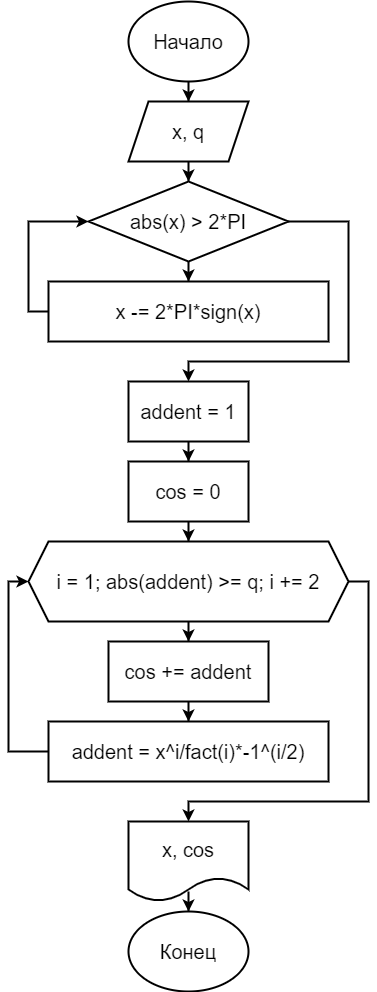
ga1kokuj1n/Lab2 keeps this draw.io diagram as Lab2.4/Lab2.4.drawio.png. Above is the earlier version. Source tidied: cells renumbered, new cells last; positions are measured from the earlier drawing's top-left corner, leaving out a move shared by most shapes. Source of this version:
```xml
<mxGraphModel>
  <root>
    <mxCell id="0" />
    <mxCell id="1" parent="0" />
    <mxCell id="2" style="edgeStyle=orthogonalEdgeStyle;rounded=0;jettySize=auto;html=1;entryX=0.5;entryY=0;entryDx=0;entryDy=0;fontSize=20;strokeWidth=2;" parent="1" edge="1" source="3" target="5">
      <mxGeometry relative="1" as="geometry" />
    </mxCell>
    <mxCell id="3" value="&lt;font style=&quot;font-size: 20px&quot;&gt;Начало&lt;/font&gt;" style="ellipse;whiteSpace=wrap;html=1;strokeWidth=2;" parent="1" vertex="1">
      <mxGeometry x="120" width="120" height="80" as="geometry" />
    </mxCell>
    <mxCell id="4" style="edgeStyle=orthogonalEdgeStyle;rounded=0;jettySize=auto;html=1;entryX=0.5;entryY=0;entryDx=0;entryDy=0;fontSize=20;strokeWidth=2;" parent="1" edge="1" source="5" target="8">
      <mxGeometry relative="1" as="geometry" />
    </mxCell>
    <mxCell id="5" value="x, q" style="shape=parallelogram;perimeter=parallelogramPerimeter;whiteSpace=wrap;html=1;fixedSize=1;fontSize=20;strokeWidth=2;" parent="1" vertex="1">
      <mxGeometry x="120" y="100" width="120" height="60" as="geometry" />
    </mxCell>
    <mxCell id="6" style="edgeStyle=orthogonalEdgeStyle;rounded=0;jettySize=auto;html=1;entryX=0.5;entryY=0;entryDx=0;entryDy=0;fontSize=20;strokeWidth=2;" parent="1" edge="1" source="8" target="10">
      <mxGeometry relative="1" as="geometry" />
    </mxCell>
    <mxCell id="7" style="edgeStyle=orthogonalEdgeStyle;rounded=0;jettySize=auto;html=1;fontSize=20;strokeWidth=2;entryX=0.5;entryY=0;entryDx=0;entryDy=0;" parent="1" edge="1" source="8" target="12">
      <mxGeometry relative="1" as="geometry">
        <Array as="points">
          <mxPoint x="340" y="220" />
          <mxPoint x="340" y="360" />
          <mxPoint x="180" y="360" />
        </Array>
      </mxGeometry>
    </mxCell>
    <mxCell id="8" value="abs(x) &amp;gt; 2*PI" style="rhombus;whiteSpace=wrap;html=1;fontSize=20;strokeWidth=2;" parent="1" vertex="1">
      <mxGeometry x="80" y="180" width="200" height="80" as="geometry" />
    </mxCell>
    <mxCell id="9" style="edgeStyle=orthogonalEdgeStyle;rounded=0;jettySize=auto;html=1;fontSize=20;strokeWidth=2;entryX=0;entryY=0.5;entryDx=0;entryDy=0;" parent="1" edge="1" source="10" target="8">
      <mxGeometry relative="1" as="geometry">
        <Array as="points">
          <mxPoint x="20" y="310" />
          <mxPoint x="20" y="220" />
        </Array>
      </mxGeometry>
    </mxCell>
    <mxCell id="10" value="x -= 2*PI*sign(x)" style="rounded=0;whiteSpace=wrap;html=1;fontSize=20;strokeWidth=2;" parent="1" vertex="1">
      <mxGeometry x="40" y="280" width="280" height="60" as="geometry" />
    </mxCell>
    <mxCell id="11" style="edgeStyle=orthogonalEdgeStyle;rounded=0;jettySize=auto;html=1;entryX=0.5;entryY=0;entryDx=0;entryDy=0;fontSize=20;strokeWidth=2;" parent="1" edge="1" source="12" target="14">
      <mxGeometry relative="1" as="geometry" />
    </mxCell>
    <mxCell id="12" value="addent = 1" style="rounded=0;whiteSpace=wrap;html=1;fontSize=20;strokeWidth=2;" parent="1" vertex="1">
      <mxGeometry x="120" y="380" width="120" height="60" as="geometry" />
    </mxCell>
    <mxCell id="13" style="edgeStyle=orthogonalEdgeStyle;rounded=0;jettySize=auto;html=1;entryX=0.5;entryY=0;entryDx=0;entryDy=0;fontSize=20;strokeWidth=2;" parent="1" edge="1" source="14" target="17">
      <mxGeometry relative="1" as="geometry" />
    </mxCell>
    <mxCell id="14" value="cos = 0" style="rounded=0;whiteSpace=wrap;html=1;fontSize=20;strokeWidth=2;" parent="1" vertex="1">
      <mxGeometry x="120" y="460" width="120" height="60" as="geometry" />
    </mxCell>
    <mxCell id="15" style="edgeStyle=orthogonalEdgeStyle;rounded=0;jettySize=auto;html=1;entryX=0.5;entryY=0;entryDx=0;entryDy=0;fontSize=20;strokeWidth=2;" parent="1" edge="1" source="17" target="19">
      <mxGeometry relative="1" as="geometry" />
    </mxCell>
    <mxCell id="16" style="edgeStyle=orthogonalEdgeStyle;rounded=0;jettySize=auto;html=1;fontSize=20;strokeWidth=2;entryX=0.5;entryY=0;entryDx=0;entryDy=0;" parent="1" edge="1" source="17" target="23">
      <mxGeometry relative="1" as="geometry">
        <Array as="points">
          <mxPoint x="360" y="580" />
          <mxPoint x="360" y="800" />
          <mxPoint x="180" y="800" />
        </Array>
      </mxGeometry>
    </mxCell>
    <mxCell id="17" value="i = 1; abs(addent) &amp;gt;= q; i += 2" style="shape=hexagon;perimeter=hexagonPerimeter2;whiteSpace=wrap;html=1;fixedSize=1;fontSize=20;strokeWidth=2;" parent="1" vertex="1">
      <mxGeometry x="20" y="540" width="320" height="80" as="geometry" />
    </mxCell>
    <mxCell id="18" style="edgeStyle=orthogonalEdgeStyle;rounded=0;jettySize=auto;html=1;entryX=0.5;entryY=0;entryDx=0;entryDy=0;fontSize=20;strokeWidth=2;" parent="1" edge="1" source="19" target="21">
      <mxGeometry relative="1" as="geometry" />
    </mxCell>
    <mxCell id="19" value="cos += addent" style="rounded=0;whiteSpace=wrap;html=1;fontSize=20;strokeWidth=2;" parent="1" vertex="1">
      <mxGeometry x="100" y="640" width="160" height="60" as="geometry" />
    </mxCell>
    <mxCell id="20" style="edgeStyle=orthogonalEdgeStyle;rounded=0;jettySize=auto;html=1;fontSize=20;strokeWidth=2;entryX=0;entryY=0.5;entryDx=0;entryDy=0;" parent="1" edge="1" source="21" target="17">
      <mxGeometry relative="1" as="geometry">
        <Array as="points">
          <mxPoint y="750" />
          <mxPoint y="580" />
        </Array>
      </mxGeometry>
    </mxCell>
    <mxCell id="21" value="addent = x^i/fact(i)*-1^(i/2)" style="rounded=0;whiteSpace=wrap;html=1;fontSize=20;strokeWidth=2;" parent="1" vertex="1">
      <mxGeometry x="40" y="720" width="280" height="60" as="geometry" />
    </mxCell>
    <mxCell id="22" style="edgeStyle=orthogonalEdgeStyle;rounded=0;jettySize=auto;html=1;entryX=0.5;entryY=0;entryDx=0;entryDy=0;fontSize=20;strokeWidth=2;" parent="1" edge="1" source="23" target="24">
      <mxGeometry relative="1" as="geometry" />
    </mxCell>
    <mxCell id="23" value="x, cos" style="shape=document;whiteSpace=wrap;html=1;boundedLbl=1;fontSize=20;strokeWidth=2;" parent="1" vertex="1">
      <mxGeometry x="120" y="820" width="120" height="80" as="geometry" />
    </mxCell>
    <mxCell id="24" value="&lt;span style=&quot;font-size: 20px&quot;&gt;Конец&lt;br&gt;&lt;/span&gt;" style="ellipse;whiteSpace=wrap;html=1;strokeWidth=2;" parent="1" vertex="1">
      <mxGeometry x="120" y="910" width="120" height="80" as="geometry" />
    </mxCell>
  </root>
</mxGraphModel>
```
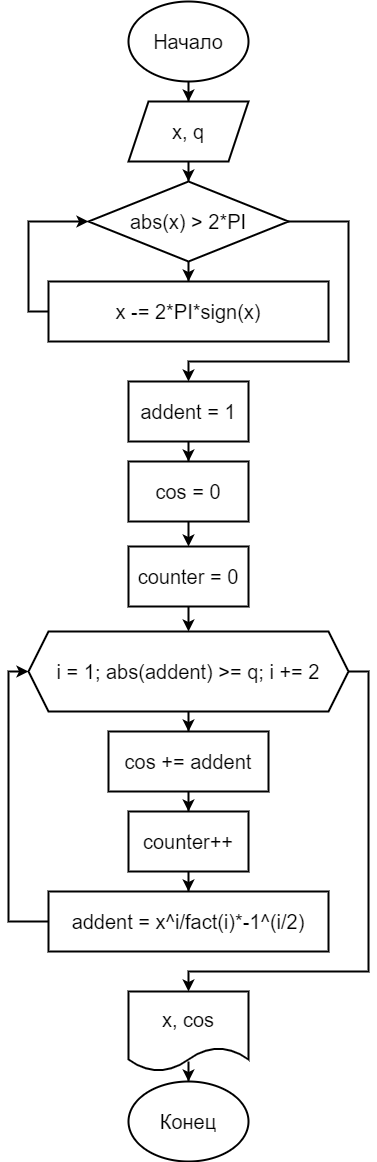
Later version of the same file.

The edit, as a diff of the source:
```diff
@@ -46,9 +46,9 @@
     <mxCell id="12" value="addent = 1" style="rounded=0;whiteSpace=wrap;html=1;fontSize=20;strokeWidth=2;" parent="1" vertex="1">
       <mxGeometry x="120" y="380" width="120" height="60" as="geometry" />
     </mxCell>
-    <mxCell id="13" style="edgeStyle=orthogonalEdgeStyle;rounded=0;jettySize=auto;html=1;entryX=0.5;entryY=0;entryDx=0;entryDy=0;fontSize=20;strokeWidth=2;" parent="1" edge="1" source="14" target="17">
-      <mxGeometry relative="1" as="geometry" />
-    </mxCell>
+    <mxCell id="25" style="edgeStyle=orthogonalEdgeStyle;rounded=0;jettySize=auto;html=1;entryX=0.5;entryY=0;entryDx=0;entryDy=0;fontSize=20;strokeWidth=2;" parent="1" edge="1" source="14" target="30">
+      <mxGeometry relative="1" as="geometry" />
+    </mxCell>
     <mxCell id="14" value="cos = 0" style="rounded=0;whiteSpace=wrap;html=1;fontSize=20;strokeWidth=2;" parent="1" vertex="1">
       <mxGeometry x="120" y="460" width="120" height="60" as="geometry" />
     </mxCell>
@@ -58,40 +58,52 @@
     <mxCell id="16" style="edgeStyle=orthogonalEdgeStyle;rounded=0;jettySize=auto;html=1;fontSize=20;strokeWidth=2;entryX=0.5;entryY=0;entryDx=0;entryDy=0;" parent="1" edge="1" source="17" target="23">
       <mxGeometry relative="1" as="geometry">
         <Array as="points">
-          <mxPoint x="360" y="580" />
-          <mxPoint x="360" y="800" />
-          <mxPoint x="180" y="800" />
+          <mxPoint x="360" y="670" />
+          <mxPoint x="360" y="970" />
+          <mxPoint x="180" y="970" />
         </Array>
       </mxGeometry>
     </mxCell>
     <mxCell id="17" value="i = 1; abs(addent) &amp;gt;= q; i += 2" style="shape=hexagon;perimeter=hexagonPerimeter2;whiteSpace=wrap;html=1;fixedSize=1;fontSize=20;strokeWidth=2;" parent="1" vertex="1">
-      <mxGeometry x="20" y="540" width="320" height="80" as="geometry" />
+      <mxGeometry x="20" y="630" width="320" height="80" as="geometry" />
     </mxCell>
-    <mxCell id="18" style="edgeStyle=orthogonalEdgeStyle;rounded=0;jettySize=auto;html=1;entryX=0.5;entryY=0;entryDx=0;entryDy=0;fontSize=20;strokeWidth=2;" parent="1" edge="1" source="19" target="21">
-      <mxGeometry relative="1" as="geometry" />
-    </mxCell>
+    <mxCell id="26" style="edgeStyle=orthogonalEdgeStyle;rounded=0;jettySize=auto;html=1;entryX=0.5;entryY=0;entryDx=0;entryDy=0;fontSize=20;strokeWidth=2;" parent="1" edge="1" source="19" target="28">
+      <mxGeometry relative="1" as="geometry" />
+    </mxCell>
     <mxCell id="19" value="cos += addent" style="rounded=0;whiteSpace=wrap;html=1;fontSize=20;strokeWidth=2;" parent="1" vertex="1">
-      <mxGeometry x="100" y="640" width="160" height="60" as="geometry" />
+      <mxGeometry x="100" y="730" width="160" height="60" as="geometry" />
     </mxCell>
     <mxCell id="20" style="edgeStyle=orthogonalEdgeStyle;rounded=0;jettySize=auto;html=1;fontSize=20;strokeWidth=2;entryX=0;entryY=0.5;entryDx=0;entryDy=0;" parent="1" edge="1" source="21" target="17">
       <mxGeometry relative="1" as="geometry">
         <Array as="points">
-          <mxPoint y="750" />
-          <mxPoint y="580" />
+          <mxPoint y="920" />
+          <mxPoint y="670" />
         </Array>
       </mxGeometry>
     </mxCell>
     <mxCell id="21" value="addent = x^i/fact(i)*-1^(i/2)" style="rounded=0;whiteSpace=wrap;html=1;fontSize=20;strokeWidth=2;" parent="1" vertex="1">
-      <mxGeometry x="40" y="720" width="280" height="60" as="geometry" />
+      <mxGeometry x="40" y="890" width="280" height="60" as="geometry" />
     </mxCell>
     <mxCell id="22" style="edgeStyle=orthogonalEdgeStyle;rounded=0;jettySize=auto;html=1;entryX=0.5;entryY=0;entryDx=0;entryDy=0;fontSize=20;strokeWidth=2;" parent="1" edge="1" source="23" target="24">
       <mxGeometry relative="1" as="geometry" />
     </mxCell>
     <mxCell id="23" value="x, cos" style="shape=document;whiteSpace=wrap;html=1;boundedLbl=1;fontSize=20;strokeWidth=2;" parent="1" vertex="1">
-      <mxGeometry x="120" y="820" width="120" height="80" as="geometry" />
+      <mxGeometry x="120" y="990" width="120" height="80" as="geometry" />
     </mxCell>
     <mxCell id="24" value="&lt;span style=&quot;font-size: 20px&quot;&gt;Конец&lt;br&gt;&lt;/span&gt;" style="ellipse;whiteSpace=wrap;html=1;strokeWidth=2;" parent="1" vertex="1">
-      <mxGeometry x="120" y="910" width="120" height="80" as="geometry" />
+      <mxGeometry x="120" y="1080" width="120" height="80" as="geometry" />
     </mxCell>
+    <mxCell id="27" style="edgeStyle=orthogonalEdgeStyle;rounded=0;jettySize=auto;html=1;entryX=0.5;entryY=0;entryDx=0;entryDy=0;fontSize=20;strokeWidth=2;" parent="1" edge="1" source="28" target="21">
+      <mxGeometry relative="1" as="geometry" />
+    </mxCell>
+    <mxCell id="28" value="counter++" style="rounded=0;whiteSpace=wrap;html=1;fontSize=20;strokeWidth=2;" parent="1" vertex="1">
+      <mxGeometry x="120" y="810" width="120" height="60" as="geometry" />
+    </mxCell>
+    <mxCell id="29" style="edgeStyle=orthogonalEdgeStyle;rounded=0;jettySize=auto;html=1;entryX=0.5;entryY=0;entryDx=0;entryDy=0;fontSize=20;strokeWidth=2;" parent="1" edge="1" source="30" target="17">
+      <mxGeometry relative="1" as="geometry" />
+    </mxCell>
+    <mxCell id="30" value="counter = 0" style="rounded=0;whiteSpace=wrap;html=1;fontSize=20;strokeWidth=2;" parent="1" vertex="1">
+      <mxGeometry x="120" y="545" width="120" height="60" as="geometry" />
+    </mxCell>
   </root>
 </mxGraphModel>
```
